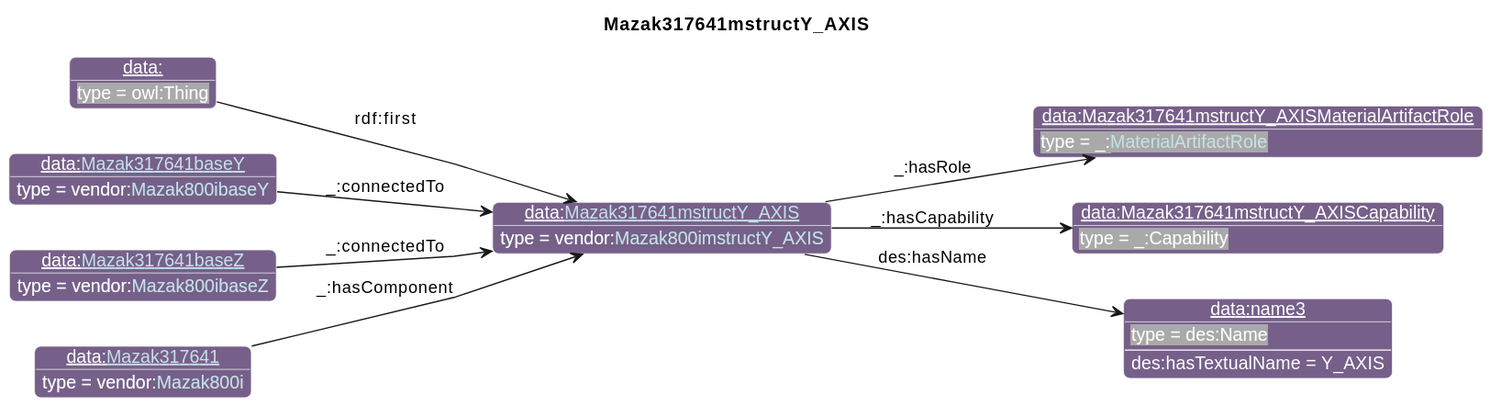
This is diagrams/Mazak317641mstructY_AXIS.svg from iofoundry/example-syseng-mtconnect, a PlantUML export, as it was before one commit.
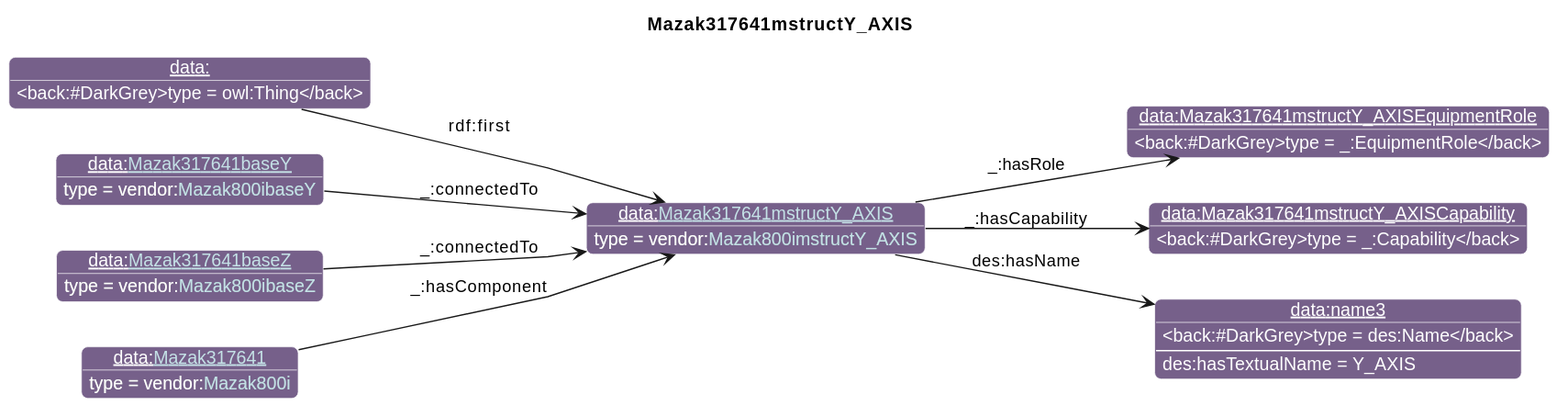
After the commit.

Diff of the diagram source:
```diff
@@ -26,7 +26,7 @@
                       "qp":"641B2E"
       }
 individual(o0, data:[[./Mazak317641mstructY_AXIS.html Mazak317641mstructY_AXIS]], vendor:[[../Mazak.html#Mazak800imstructY_AXIS Mazak800imstructY_AXIS]])
-individual(o1, data:Mazak317641mstructY_AXISMaterialArtifactRole, _:[[../MTConnect.html#MaterialArtifactRole MaterialArtifactRole]])
+individual(o1, data:Mazak317641mstructY_AXISEquipmentRole, _:EquipmentRole)
 individual(o2, data:Mazak317641mstructY_AXISCapability, _:Capability)
 individual(o3, data:name3, des:Name)
 individual(o4, data:, owl:Thing)
```
